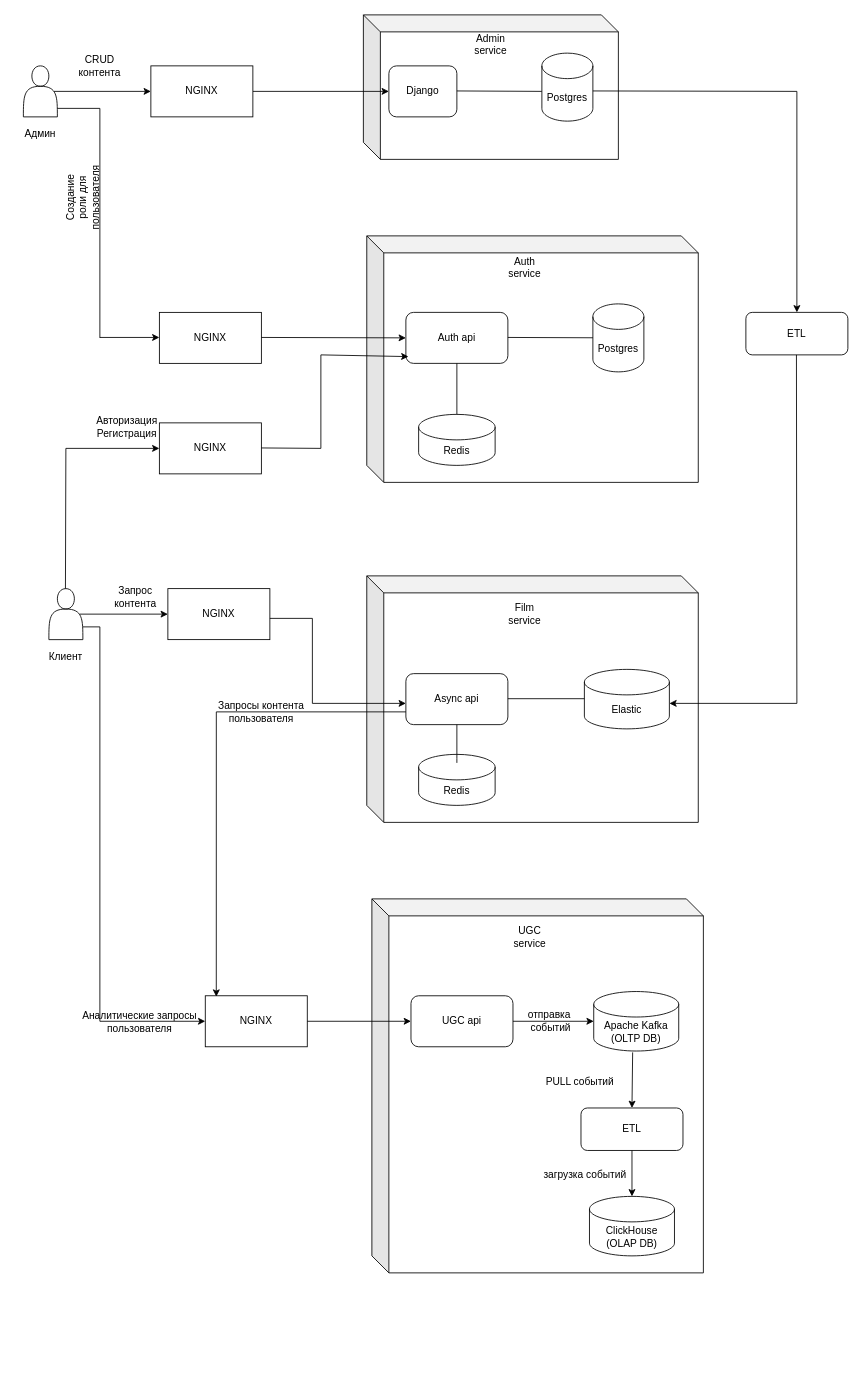
This is architecture/TO_BE_architecture.drawio from Germanio10/ugc_sprint_1, a draw.io file, before an edit. Source tidied: cells renumbered, new cells numbered last; positions are measured from the earlier drawing's top-left corner, leaving out a move shared by most shapes. Both pictures are drawn from the tidied source at 85%, with x=0, y=0 at pixel (14, 14).
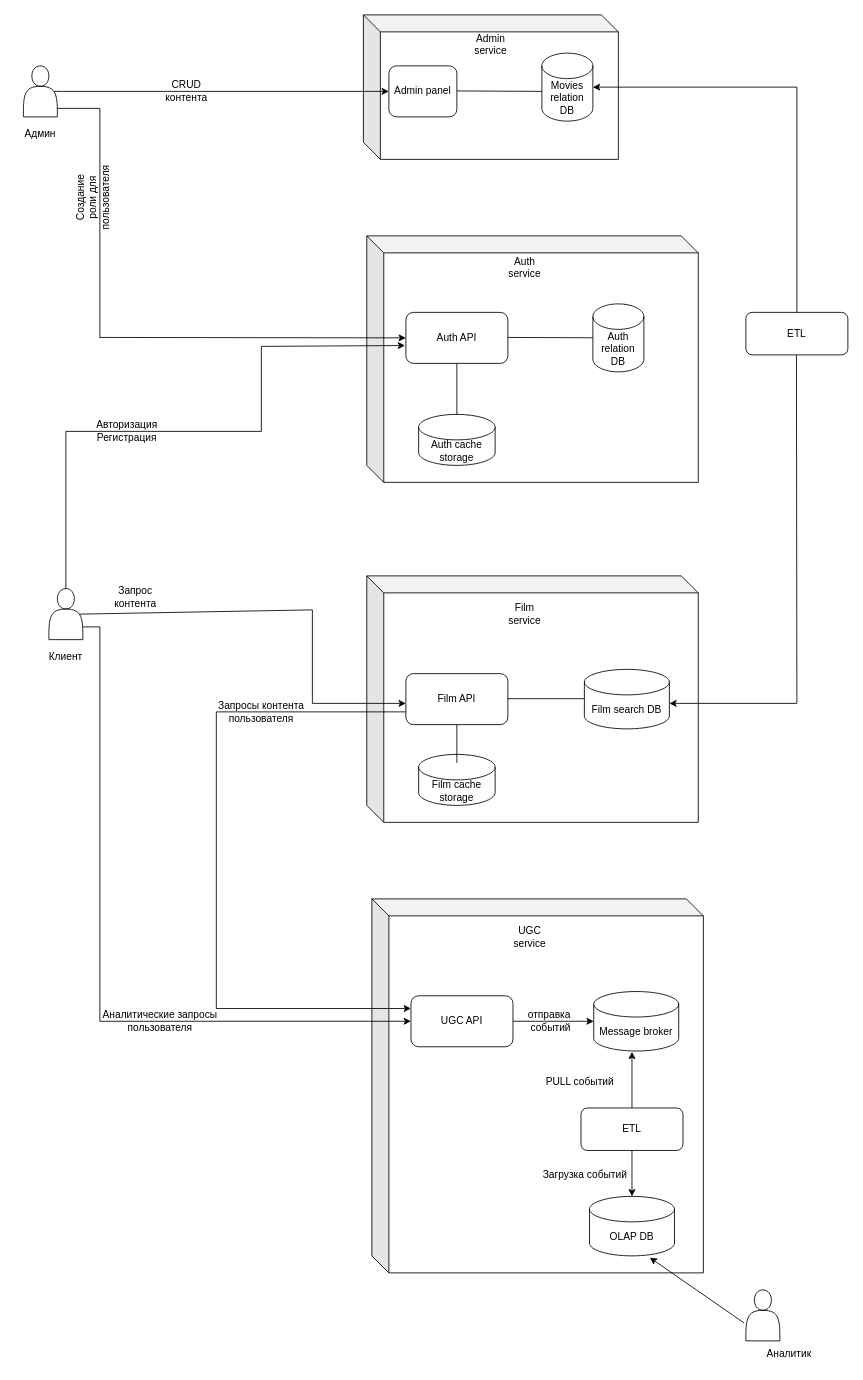
The same page after the edit.

Commit message (it also covers changes not shown here):
изм. архитектура TO BE

The change refers to these unchanged cells:
```xml
<mxCell id="7" value="ETL" style="rounded=1;whiteSpace=wrap;html=1;" parent="1" vertex="1">
  <mxGeometry x="860" y="350" width="120" height="50" as="geometry" />
</mxCell>
<mxCell id="12" style="shape=actor;whiteSpace=wrap;html=1;" parent="1" vertex="1">
  <mxGeometry x="10" y="60" width="40" height="60" as="geometry" />
</mxCell>
<mxCell id="38" style="shape=actor;whiteSpace=wrap;html=1;" parent="1" vertex="1">
  <mxGeometry x="40" y="675" width="40" height="60" as="geometry" />
</mxCell>
<mxCell id="60" value="ETL" style="rounded=1;whiteSpace=wrap;html=1;" parent="1" vertex="1">
  <mxGeometry x="666" y="1286" width="120" height="50" as="geometry" />
</mxCell>
```

What changed in the source:
```diff
@@
-    <mxCell id="3" value="Django" style="rounded=1;whiteSpace=wrap;html=1;" parent="1" vertex="1">
+    <mxCell id="3" value="Admin panel" style="rounded=1;whiteSpace=wrap;html=1;" parent="1" vertex="1">
       <mxGeometry x="440" y="60" width="80" height="60" as="geometry" />
     </mxCell>
@@
-    <mxCell id="5" value="Postgres" style="shape=cylinder3;whiteSpace=wrap;html=1;boundedLbl=1;backgroundOutline=1;size=15;" parent="1" vertex="1">
+    <mxCell id="5" value="Movies relation DB" style="shape=cylinder3;whiteSpace=wrap;html=1;boundedLbl=1;backgroundOutline=1;size=15;" parent="1" vertex="1">
       <mxGeometry x="620" y="45" width="60" height="80" as="geometry" />
     </mxCell>
-    <mxCell id="6" style="endArrow=none;html=1;rounded=0;" parent="1" edge="1">
-      <mxGeometry relative="1" as="geometry">
-        <mxPoint x="680" y="89.5" as="sourcePoint" />
-        <mxPoint x="920" y="90" as="targetPoint" />
-      </mxGeometry>
-    </mxCell>
@@
-    <mxCell id="9" style="endArrow=classic;html=1;rounded=0;entryX=0.5;entryY=0;entryDx=0;entryDy=0;" parent="1" edge="1" target="7">
-      <mxGeometry relative="1" as="geometry">
-        <mxPoint x="920" y="90" as="sourcePoint" />
-      </mxGeometry>
-    </mxCell>
@@
-    <mxCell id="11" style="edgeStyle=orthogonalEdgeStyle;rounded=0;jettySize=auto;html=1;exitX=0.9;exitY=0.5;exitDx=0;exitDy=0;exitPerimeter=0;entryX=0;entryY=0.5;entryDx=0;entryDy=0;" parent="1" edge="1" source="12" target="14">
-      <mxGeometry relative="1" as="geometry" />
-    </mxCell>
@@
-    <mxCell id="13" style="edgeStyle=orthogonalEdgeStyle;rounded=0;jettySize=auto;html=1;exitX=1;exitY=0.5;exitDx=0;exitDy=0;entryX=0;entryY=0.5;entryDx=0;entryDy=0;" parent="1" edge="1" source="14" target="3">
-      <mxGeometry relative="1" as="geometry" />
-    </mxCell>
-    <mxCell id="14" value="NGINX" style="rounded=0;whiteSpace=wrap;html=1;" parent="1" vertex="1">
-      <mxGeometry x="160" y="60" width="120" height="60" as="geometry" />
-    </mxCell>
-    <mxCell id="15" value="CRUD контента" style="text;strokeColor=none;align=center;fillColor=none;html=1;verticalAlign=middle;whiteSpace=wrap;rounded=0;" parent="1" vertex="1">
-      <mxGeometry x="70" y="45" width="60" height="30" as="geometry" />
-    </mxCell>
@@
-    <mxCell id="18" value="Auth api" style="rounded=1;whiteSpace=wrap;html=1;" parent="1" vertex="1">
+    <mxCell id="18" value="Auth API" style="rounded=1;whiteSpace=wrap;html=1;" parent="1" vertex="1">
       <mxGeometry x="460" y="350" width="120" height="60" as="geometry" />
     </mxCell>
-    <mxCell id="19" value="Postgres" style="shape=cylinder3;whiteSpace=wrap;html=1;boundedLbl=1;backgroundOutline=1;size=15;" parent="1" vertex="1">
+    <mxCell id="19" value="Auth relation DB" style="shape=cylinder3;whiteSpace=wrap;html=1;boundedLbl=1;backgroundOutline=1;size=15;" parent="1" vertex="1">
       <mxGeometry x="680" y="340" width="60" height="80" as="geometry" />
     </mxCell>
@@
-    <mxCell id="21" value="Redis" style="shape=cylinder3;whiteSpace=wrap;html=1;boundedLbl=1;backgroundOutline=1;size=15;" parent="1" vertex="1">
+    <mxCell id="21" value="Auth cache storage" style="shape=cylinder3;whiteSpace=wrap;html=1;boundedLbl=1;backgroundOutline=1;size=15;" parent="1" vertex="1">
       <mxGeometry x="475" y="470" width="90" height="60" as="geometry" />
     </mxCell>
@@
-    <mxCell id="25" style="endArrow=classic;html=1;rounded=0;" parent="1" edge="1">
+    <mxCell id="25" style="endArrow=classic;html=1;rounded=0;entryX=0;entryY=0.5;entryDx=0;entryDy=0;" parent="1" edge="1" target="18">
       <mxGeometry relative="1" as="geometry">
         <mxPoint x="100" y="379.5" as="sourcePoint" />
-        <mxPoint x="170" y="379.5" as="targetPoint" />
       </mxGeometry>
     </mxCell>
-    <mxCell id="26" value="NGINX" style="rounded=0;whiteSpace=wrap;html=1;" parent="1" vertex="1">
-      <mxGeometry x="170" y="350" width="120" height="60" as="geometry" />
-    </mxCell>
     <mxCell id="27" value="Создание роли для пользователя" style="text;strokeColor=none;align=center;fillColor=none;html=1;verticalAlign=middle;whiteSpace=wrap;rounded=0;rotation=270;" parent="1" vertex="1">
-      <mxGeometry x="50" y="200" width="60" height="30" as="geometry" />
+      <mxGeometry x="62" y="200" width="60" height="30" as="geometry" />
     </mxCell>
@@
-    <mxCell id="30" value="Async api" style="rounded=1;whiteSpace=wrap;html=1;" parent="1" vertex="1">
+    <mxCell id="30" value="Film API" style="rounded=1;whiteSpace=wrap;html=1;" parent="1" vertex="1">
       <mxGeometry x="460" y="775" width="120" height="60" as="geometry" />
     </mxCell>
-    <mxCell id="31" value="Elastic" style="shape=cylinder3;whiteSpace=wrap;html=1;boundedLbl=1;backgroundOutline=1;size=15;" parent="1" vertex="1">
+    <mxCell id="31" value="Film search DB" style="shape=cylinder3;whiteSpace=wrap;html=1;boundedLbl=1;backgroundOutline=1;size=15;" parent="1" vertex="1">
       <mxGeometry x="670" y="770" width="100" height="70" as="geometry" />
     </mxCell>
@@
-    <mxCell id="35" value="Redis" style="shape=cylinder3;whiteSpace=wrap;html=1;boundedLbl=1;backgroundOutline=1;size=15;" parent="1" vertex="1">
+    <mxCell id="35" value="Film cache storage" style="shape=cylinder3;whiteSpace=wrap;html=1;boundedLbl=1;backgroundOutline=1;size=15;" parent="1" vertex="1">
       <mxGeometry x="475" y="870" width="90" height="60" as="geometry" />
     </mxCell>
@@
-    <mxCell id="37" style="edgeStyle=orthogonalEdgeStyle;rounded=0;jettySize=auto;html=1;exitX=0.9;exitY=0.5;exitDx=0;exitDy=0;exitPerimeter=0;entryX=0;entryY=0.5;entryDx=0;entryDy=0;" parent="1" edge="1" source="38" target="40">
-      <mxGeometry relative="1" as="geometry" />
-    </mxCell>
@@
-    <mxCell id="40" value="NGINX" style="rounded=0;whiteSpace=wrap;html=1;" parent="1" vertex="1">
-      <mxGeometry x="180" y="675" width="120" height="60" as="geometry" />
-    </mxCell>
@@
-    <mxCell id="42" style="endArrow=none;html=1;rounded=0;" parent="1" edge="1">
+    <mxCell id="42" style="endArrow=none;html=1;rounded=0;exitX=0.9;exitY=0.5;exitDx=0;exitDy=0;exitPerimeter=0;" parent="1" edge="1" source="38">
       <mxGeometry relative="1" as="geometry">
-        <mxPoint x="300" y="710" as="sourcePoint" />
-        <mxPoint x="350" y="710" as="targetPoint" />
+        <mxPoint x="350" y="700" as="targetPoint" />
       </mxGeometry>
     </mxCell>
     <mxCell id="43" style="endArrow=none;html=1;rounded=0;" parent="1" edge="1">
       <mxGeometry relative="1" as="geometry">
-        <mxPoint x="350" y="710" as="sourcePoint" />
+        <mxPoint x="350" y="700" as="sourcePoint" />
         <mxPoint x="350" y="810" as="targetPoint" />
       </mxGeometry>
     </mxCell>
@@
-    <mxCell id="45" style="endArrow=none;html=1;rounded=0;" parent="1" edge="1">
-      <mxGeometry relative="1" as="geometry">
-        <mxPoint x="59.5" y="675" as="sourcePoint" />
-        <mxPoint x="60" y="510" as="targetPoint" />
-      </mxGeometry>
-    </mxCell>
-    <mxCell id="46" style="endArrow=classic;html=1;rounded=0;entryX=0;entryY=0.5;entryDx=0;entryDy=0;" parent="1" edge="1">
-      <mxGeometry relative="1" as="geometry">
-        <mxPoint x="60" y="510" as="sourcePoint" />
-        <mxPoint x="170" y="510" as="targetPoint" />
-      </mxGeometry>
-    </mxCell>
-    <mxCell id="47" value="NGINX" style="rounded=0;whiteSpace=wrap;html=1;" parent="1" vertex="1">
-      <mxGeometry x="170" y="480" width="120" height="60" as="geometry" />
-    </mxCell>
     <mxCell id="48" value="Авторизация&lt;br&gt;Регистрация" style="text;strokeColor=none;align=center;fillColor=none;html=1;verticalAlign=middle;whiteSpace=wrap;rounded=0;" parent="1" vertex="1">
-      <mxGeometry x="102" y="470" width="60" height="30" as="geometry" />
+      <mxGeometry x="102" y="475" width="60" height="30" as="geometry" />
     </mxCell>
-    <mxCell id="49" style="endArrow=none;html=1;rounded=0;" parent="1" edge="1">
-      <mxGeometry relative="1" as="geometry">
-        <mxPoint x="290" y="509.5" as="sourcePoint" />
-        <mxPoint x="360" y="510" as="targetPoint" />
-      </mxGeometry>
-    </mxCell>
-    <mxCell id="50" style="endArrow=classic;html=1;rounded=0;entryX=0;entryY=0.5;entryDx=0;entryDy=0;" parent="1" edge="1" target="18">
-      <mxGeometry relative="1" as="geometry">
-        <mxPoint x="290" y="379.5" as="sourcePoint" />
-      </mxGeometry>
-    </mxCell>
-    <mxCell id="51" style="endArrow=none;html=1;rounded=0;" parent="1" edge="1">
-      <mxGeometry relative="1" as="geometry">
-        <mxPoint x="360" y="510" as="sourcePoint" />
-        <mxPoint x="360" y="400" as="targetPoint" />
-      </mxGeometry>
-    </mxCell>
-    <mxCell id="52" style="endArrow=classic;html=1;rounded=0;entryX=0.025;entryY=0.867;entryDx=0;entryDy=0;entryPerimeter=0;" parent="1" edge="1" target="18">
-      <mxGeometry relative="1" as="geometry">
-        <mxPoint x="360" y="400" as="sourcePoint" />
-      </mxGeometry>
-    </mxCell>
@@
-    <mxCell id="55" value="UGC ap&lt;span style=&quot;background-color: initial;&quot;&gt;i&lt;/span&gt;" style="rounded=1;whiteSpace=wrap;html=1;" parent="1" vertex="1">
+    <mxCell id="55" value="UGC API" style="rounded=1;whiteSpace=wrap;html=1;" parent="1" vertex="1">
       <mxGeometry x="466" y="1154" width="120" height="60" as="geometry" />
     </mxCell>
-    <mxCell id="56" value="Apache Kafka&lt;div&gt;(OLTP DB)&lt;/div&gt;" style="shape=cylinder3;whiteSpace=wrap;html=1;boundedLbl=1;backgroundOutline=1;size=15;" parent="1" vertex="1">
+    <mxCell id="56" value="Message broker" style="shape=cylinder3;whiteSpace=wrap;html=1;boundedLbl=1;backgroundOutline=1;size=15;" parent="1" vertex="1">
       <mxGeometry x="681" y="1149" width="100" height="70" as="geometry" />
     </mxCell>
-    <mxCell id="57" value="NGINX" style="rounded=0;whiteSpace=wrap;html=1;" parent="1" vertex="1">
-      <mxGeometry x="224" y="1154" width="120" height="60" as="geometry" />
-    </mxCell>
-    <mxCell id="58" style="endArrow=classic;html=1;rounded=0;exitX=1;exitY=0.75;exitDx=0;exitDy=0;entryX=0;entryY=0.5;entryDx=0;entryDy=0;" parent="1" edge="1" source="38" target="57">
+    <mxCell id="58" style="endArrow=classic;html=1;rounded=0;exitX=1;exitY=0.75;exitDx=0;exitDy=0;entryX=0;entryY=0.5;entryDx=0;entryDy=0;" parent="1" edge="1" source="38" target="55">
       <mxGeometry relative="1" as="geometry">
         <Array as="points">
           <mxPoint x="100" y="720" />
           <mxPoint x="100" y="1184" />
         </Array>
       </mxGeometry>
     </mxCell>
@@
-    <mxCell id="61" style="endArrow=classic;html=1;rounded=0;exitX=0.458;exitY=1.023;exitDx=0;exitDy=0;exitPerimeter=0;entryX=0.5;entryY=0;entryDx=0;entryDy=0;" parent="1" edge="1" source="56" target="60">
-      <mxGeometry relative="1" as="geometry" />
+    <mxCell id="61" style="endArrow=classic;html=1;rounded=0;exitX=0.5;exitY=0;exitDx=0;exitDy=0;" parent="1" edge="1" source="60">
+      <mxGeometry relative="1" as="geometry">
+        <mxPoint x="726" y="1220" as="targetPoint" />
+      </mxGeometry>
     </mxCell>
-    <mxCell id="62" value="&lt;div&gt;ClickHouse&lt;/div&gt;&lt;div&gt;(OLAP DB)&lt;/div&gt;" style="shape=cylinder3;whiteSpace=wrap;html=1;boundedLbl=1;backgroundOutline=1;size=15;" parent="1" vertex="1">
+    <mxCell id="62" value="&lt;div&gt;&lt;span style=&quot;background-color: initial;&quot;&gt;OLAP DB&lt;/span&gt;&lt;/div&gt;" style="shape=cylinder3;whiteSpace=wrap;html=1;boundedLbl=1;backgroundOutline=1;size=15;" parent="1" vertex="1">
       <mxGeometry x="676" y="1390" width="100" height="70" as="geometry" />
     </mxCell>
@@
-    <mxCell id="64" style="endArrow=classic;html=1;rounded=0;exitX=1;exitY=0.5;exitDx=0;exitDy=0;entryX=0;entryY=0.5;entryDx=0;entryDy=0;" parent="1" edge="1" source="57" target="55">
-      <mxGeometry relative="1" as="geometry" />
-    </mxCell>
@@
-    <mxCell id="66" style="endArrow=classic;html=1;rounded=0;exitX=0;exitY=0.75;exitDx=0;exitDy=0;entryX=0.108;entryY=0.017;entryDx=0;entryDy=0;entryPerimeter=0;" parent="1" edge="1" source="30" target="57">
+    <mxCell id="66" style="endArrow=classic;html=1;rounded=0;exitX=0;exitY=0.75;exitDx=0;exitDy=0;entryX=0;entryY=0.25;entryDx=0;entryDy=0;" parent="1" edge="1" source="30" target="55">
       <mxGeometry relative="1" as="geometry">
         <Array as="points">
           <mxPoint x="237" y="820" />
+          <mxPoint x="237" y="1169" />
         </Array>
       </mxGeometry>
     </mxCell>
     <mxCell id="67" value="Аналитические запросы пользователя" style="text;strokeColor=none;align=center;fillColor=none;html=1;verticalAlign=middle;whiteSpace=wrap;rounded=0;" parent="1" vertex="1">
-      <mxGeometry x="78" y="1170" width="138" height="29" as="geometry" />
+      <mxGeometry x="102" y="1169" width="138" height="29" as="geometry" />
     </mxCell>
@@
-    <mxCell id="70" value="загрузка событий" style="text;strokeColor=none;align=center;fillColor=none;html=1;verticalAlign=middle;whiteSpace=wrap;rounded=0;" parent="1" vertex="1">
+    <mxCell id="70" value="Загрузка событий" style="text;strokeColor=none;align=center;fillColor=none;html=1;verticalAlign=middle;whiteSpace=wrap;rounded=0;" parent="1" vertex="1">
       <mxGeometry x="602" y="1350" width="138" height="29" as="geometry" />
     </mxCell>
+    <mxCell id="71" style="endArrow=classic;html=1;rounded=0;exitX=0.5;exitY=0;exitDx=0;exitDy=0;entryX=-0.008;entryY=0.65;entryDx=0;entryDy=0;entryPerimeter=0;" parent="1" edge="1" source="38" target="18">
+      <mxGeometry relative="1" as="geometry">
+        <Array as="points">
+          <mxPoint x="60" y="490" />
+          <mxPoint x="290" y="490" />
+          <mxPoint x="290" y="390" />
+        </Array>
+      </mxGeometry>
+    </mxCell>
+    <mxCell id="72" style="edgeStyle=orthogonalEdgeStyle;rounded=0;jettySize=auto;html=1;exitX=0.9;exitY=0.5;exitDx=0;exitDy=0;exitPerimeter=0;" parent="1" edge="1" source="12" target="3">
+      <mxGeometry relative="1" as="geometry" />
+    </mxCell>
+    <mxCell id="15" value="CRUD контента" style="text;strokeColor=none;align=center;fillColor=none;html=1;verticalAlign=middle;whiteSpace=wrap;rounded=0;" parent="1" vertex="1">
+      <mxGeometry x="172" y="75" width="60" height="30" as="geometry" />
+    </mxCell>
+    <mxCell id="73" style="shape=actor;whiteSpace=wrap;html=1;" parent="1" vertex="1">
+      <mxGeometry x="860" y="1500" width="40" height="60" as="geometry" />
+    </mxCell>
+    <mxCell id="74" style="endArrow=classic;html=1;rounded=0;entryX=0.71;entryY=1.029;entryDx=0;entryDy=0;entryPerimeter=0;exitX=-0.05;exitY=0.65;exitDx=0;exitDy=0;exitPerimeter=0;" parent="1" edge="1" source="73" target="62">
+      <mxGeometry relative="1" as="geometry" />
+    </mxCell>
+    <mxCell id="75" value="Аналитик" style="text;strokeColor=none;align=center;fillColor=none;html=1;verticalAlign=middle;whiteSpace=wrap;rounded=0;" parent="1" vertex="1">
+      <mxGeometry x="842" y="1560" width="138" height="29" as="geometry" />
+    </mxCell>
+    <mxCell id="76" style="endArrow=classic;html=1;rounded=0;exitX=0.5;exitY=0;exitDx=0;exitDy=0;entryX=1;entryY=0.5;entryDx=0;entryDy=0;entryPerimeter=0;" parent="1" edge="1" source="7" target="5">
+      <mxGeometry relative="1" as="geometry">
+        <Array as="points">
+          <mxPoint x="920" y="85" />
+        </Array>
+      </mxGeometry>
+    </mxCell>
```
